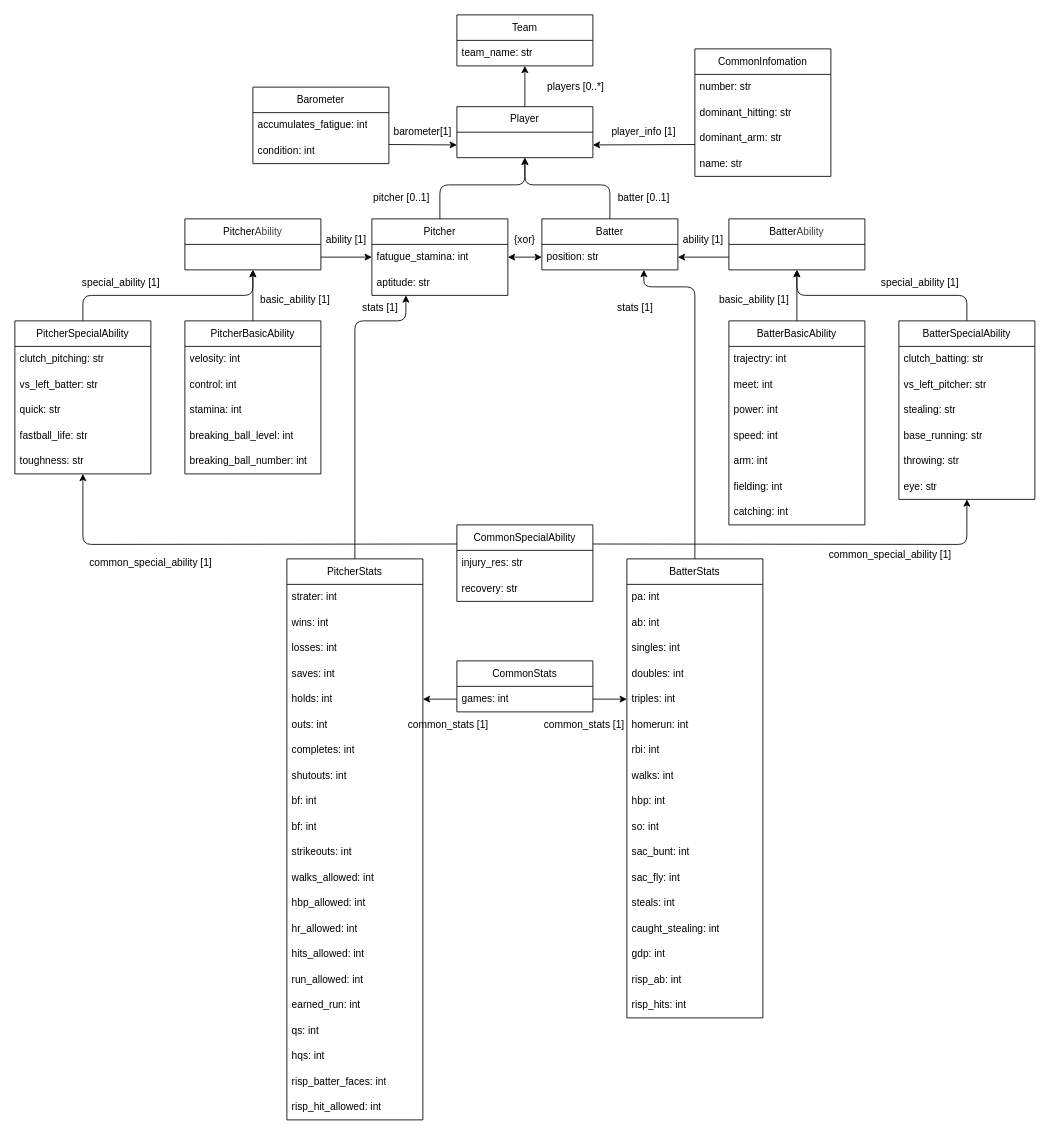
Earlier version of the draw.io diagram docs/data_model.drawio (kuwamin/baseball-simulator). Source tidied: cells renumbered, new cells numbered last; positions are measured from the earlier drawing's top-left corner, leaving out a move shared by most shapes. Both pictures are drawn from the tidied source at 85%, with x=0, y=0 at pixel (14, 14).
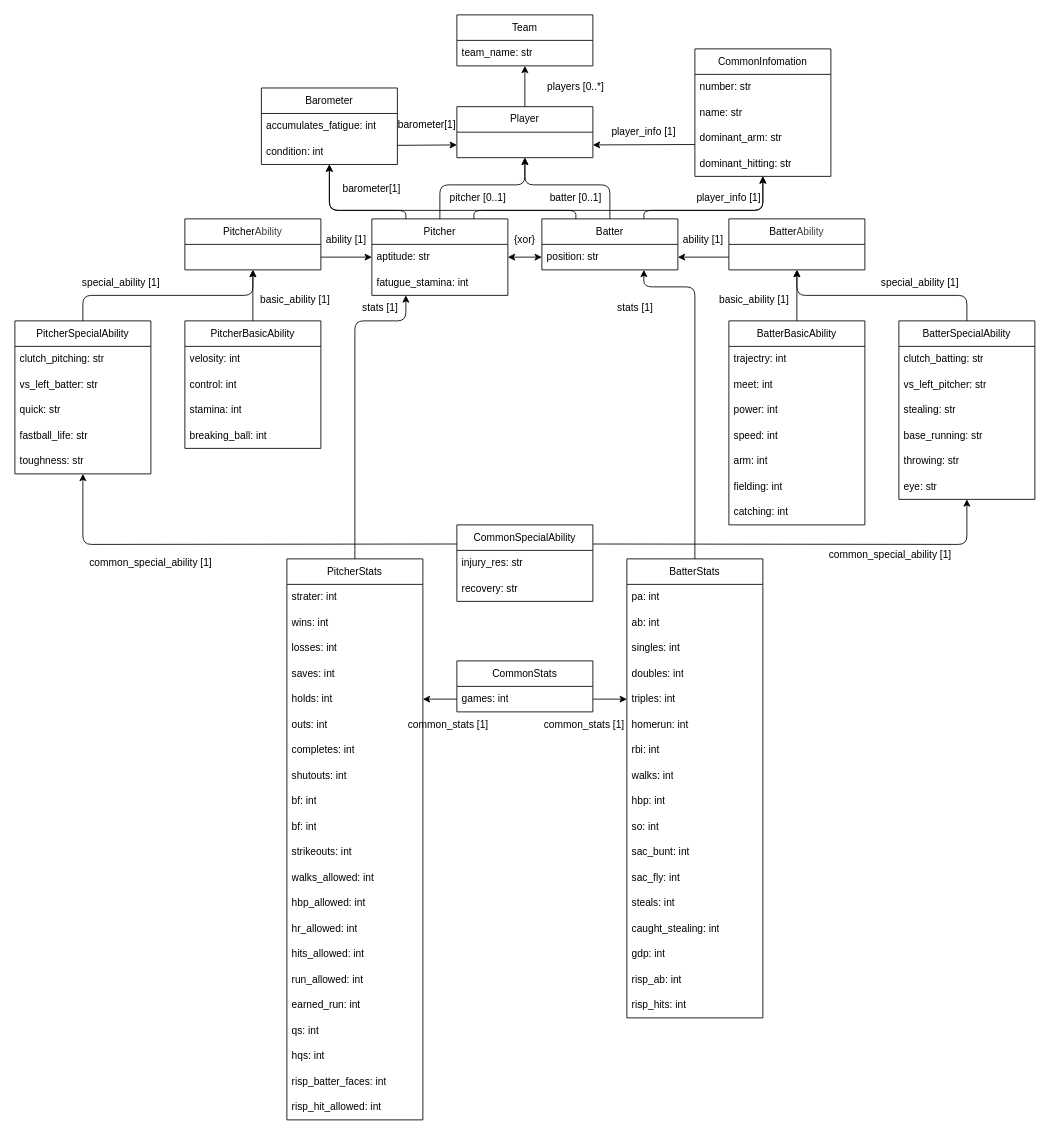
After the change.

The change refers to these unchanged cells:
```xml
<mxCell id="33" value="CommonInfomation" style="swimlane;fontStyle=0;horizontal=1;startSize=30;whiteSpace=wrap;html=1;" parent="1" vertex="1">
  <mxGeometry x="800" y="40" width="160" height="150" as="geometry" />
</mxCell>
<mxCell id="38" value="Pitcher" style="swimlane;fontStyle=0;horizontal=1;startSize=30;whiteSpace=wrap;html=1;" parent="1" vertex="1">
  <mxGeometry x="420" y="240" width="160" height="90" as="geometry" />
</mxCell>
<mxCell id="41" value="Batter" style="swimlane;fontStyle=0;horizontal=1;startSize=30;whiteSpace=wrap;html=1;" parent="1" vertex="1">
  <mxGeometry x="620" y="240" width="160" height="60" as="geometry" />
</mxCell>
```

The edit, as a diff of the source:
```diff
@@
     <mxCell id="11" value="PitcherBasicAbility" style="swimlane;fontStyle=0;horizontal=1;startSize=30;whiteSpace=wrap;html=1;" parent="1" vertex="1">
-      <mxGeometry x="200" y="360" width="160" height="180" as="geometry" />
+      <mxGeometry x="200" y="360" width="160" height="150" as="geometry" />
     </mxCell>
@@
-    <mxCell id="15" value="breaking_ball_level: int" style="text;strokeColor=none;fillColor=none;align=left;verticalAlign=middle;spacingLeft=4;spacingRight=4;overflow=hidden;whiteSpace=wrap;html=1;" parent="11" vertex="1">
-      <mxGeometry y="120" width="160" height="30" as="geometry" />
-    </mxCell>
-    <mxCell id="16" value="breaking_ball_number: int" style="text;strokeColor=none;fillColor=none;align=left;verticalAlign=middle;spacingLeft=4;spacingRight=4;overflow=hidden;whiteSpace=wrap;html=1;" parent="11" vertex="1">
-      <mxGeometry y="150" width="160" height="30" as="geometry" />
-    </mxCell>
+    <mxCell id="128" value="breaking_ball: int" style="text;strokeColor=none;fillColor=none;align=left;verticalAlign=middle;spacingLeft=4;spacingRight=4;overflow=hidden;whiteSpace=wrap;html=1;" parent="11" vertex="1">
+      <mxGeometry y="120" width="160" height="30" as="geometry" />
+    </mxCell>
@@
+    <mxCell id="37" value="name: str" style="text;strokeColor=none;fillColor=none;align=left;verticalAlign=middle;spacingLeft=4;spacingRight=4;overflow=hidden;whiteSpace=wrap;html=1;" parent="33" vertex="1">
+      <mxGeometry y="60" width="160" height="30" as="geometry" />
+    </mxCell>
+    <mxCell id="36" value="dominant_arm: str" style="text;strokeColor=none;fillColor=none;align=left;verticalAlign=middle;spacingLeft=4;spacingRight=4;overflow=hidden;whiteSpace=wrap;html=1;" parent="33" vertex="1">
+      <mxGeometry y="90" width="160" height="30" as="geometry" />
+    </mxCell>
     <mxCell id="35" value="dominant_hitting: str" style="text;strokeColor=none;fillColor=none;align=left;verticalAlign=middle;spacingLeft=4;spacingRight=4;overflow=hidden;whiteSpace=wrap;html=1;" parent="33" vertex="1">
-      <mxGeometry y="60" width="160" height="30" as="geometry" />
+      <mxGeometry y="120" width="160" height="30" as="geometry" />
     </mxCell>
-    <mxCell id="36" value="dominant_arm: str" style="text;strokeColor=none;fillColor=none;align=left;verticalAlign=middle;spacingLeft=4;spacingRight=4;overflow=hidden;whiteSpace=wrap;html=1;" parent="33" vertex="1">
-      <mxGeometry y="90" width="160" height="30" as="geometry" />
-    </mxCell>
-    <mxCell id="37" value="name: str" style="text;strokeColor=none;fillColor=none;align=left;verticalAlign=middle;spacingLeft=4;spacingRight=4;overflow=hidden;whiteSpace=wrap;html=1;" parent="33" vertex="1">
-      <mxGeometry y="120" width="160" height="30" as="geometry" />
-    </mxCell>
@@
+    <mxCell id="40" value="aptitude: str" style="text;strokeColor=none;fillColor=none;align=left;verticalAlign=middle;spacingLeft=4;spacingRight=4;overflow=hidden;whiteSpace=wrap;html=1;" parent="38" vertex="1">
+      <mxGeometry y="30" width="160" height="30" as="geometry" />
+    </mxCell>
     <mxCell id="39" value="fatugue_stamina: int" style="text;strokeColor=none;fillColor=none;align=left;verticalAlign=middle;spacingLeft=4;spacingRight=4;overflow=hidden;whiteSpace=wrap;html=1;" parent="38" vertex="1">
-      <mxGeometry y="30" width="160" height="30" as="geometry" />
+      <mxGeometry y="60" width="160" height="30" as="geometry" />
     </mxCell>
-    <mxCell id="40" value="aptitude: str" style="text;strokeColor=none;fillColor=none;align=left;verticalAlign=middle;spacingLeft=4;spacingRight=4;overflow=hidden;whiteSpace=wrap;html=1;" parent="38" vertex="1">
-      <mxGeometry y="60" width="160" height="30" as="geometry" />
-    </mxCell>
@@
     <mxCell id="65" value="Barometer" style="swimlane;fontStyle=0;horizontal=1;startSize=30;whiteSpace=wrap;html=1;" parent="1" vertex="1">
-      <mxGeometry x="280" y="85" width="160" height="90" as="geometry" />
+      <mxGeometry x="290" y="86" width="160" height="90" as="geometry" />
     </mxCell>
@@
-    <mxCell id="108" value="barometer[1]" style="text;html=1;align=center;verticalAlign=middle;whiteSpace=wrap;rounded=0;" parent="1" vertex="1">
-      <mxGeometry x="430" y="123" width="100" height="30" as="geometry" />
-    </mxCell>
@@
     <mxCell id="123" value="pitcher [0..1]" style="text;html=1;align=center;verticalAlign=middle;whiteSpace=wrap;rounded=0;" parent="1" vertex="1">
-      <mxGeometry x="400" y="200" width="110" height="30" as="geometry" />
+      <mxGeometry x="490" y="200" width="110" height="30" as="geometry" />
     </mxCell>
     <mxCell id="124" value="batter [0..1]" style="text;html=1;align=center;verticalAlign=middle;whiteSpace=wrap;rounded=0;" parent="1" vertex="1">
-      <mxGeometry x="700" y="200" width="80" height="30" as="geometry" />
+      <mxGeometry x="620" y="200" width="80" height="30" as="geometry" />
     </mxCell>
@@
+    <mxCell id="129" value="barometer[1]" style="text;html=1;align=center;verticalAlign=middle;whiteSpace=wrap;rounded=0;" parent="1" vertex="1">
+      <mxGeometry x="435" y="115" width="100" height="30" as="geometry" />
+    </mxCell>
@@
+    <mxCell id="130" style="edgeStyle=none;html=1;exitX=0.25;exitY=0;exitDx=0;exitDy=0;entryX=0.5;entryY=1;entryDx=0;entryDy=0;" parent="1" edge="1" source="38" target="65">
+      <mxGeometry relative="1" as="geometry">
+        <Array as="points">
+          <mxPoint x="460" y="230" />
+          <mxPoint x="370" y="230" />
+        </Array>
+      </mxGeometry>
+    </mxCell>
+    <mxCell id="131" style="edgeStyle=none;html=1;entryX=0.5;entryY=1;entryDx=0;entryDy=0;exitX=0.25;exitY=0;exitDx=0;exitDy=0;" parent="1" edge="1" source="41" target="65">
+      <mxGeometry relative="1" as="geometry">
+        <Array as="points">
+          <mxPoint x="660" y="230" />
+          <mxPoint x="370" y="230" />
+        </Array>
+      </mxGeometry>
+    </mxCell>
+    <mxCell id="132" value="barometer[1]" style="text;html=1;align=center;verticalAlign=middle;whiteSpace=wrap;rounded=0;" parent="1" vertex="1">
+      <mxGeometry x="370" y="190" width="100" height="30" as="geometry" />
+    </mxCell>
+    <mxCell id="133" style="edgeStyle=none;html=1;exitX=0.75;exitY=0;exitDx=0;exitDy=0;entryX=0.5;entryY=1;entryDx=0;entryDy=0;" parent="1" edge="1" source="41" target="33">
+      <mxGeometry relative="1" as="geometry">
+        <Array as="points">
+          <mxPoint x="740" y="230" />
+          <mxPoint x="880" y="230" />
+        </Array>
+      </mxGeometry>
+    </mxCell>
+    <mxCell id="134" style="edgeStyle=none;html=1;exitX=0.75;exitY=0;exitDx=0;exitDy=0;entryX=0.5;entryY=1;entryDx=0;entryDy=0;" parent="1" edge="1" source="38" target="33">
+      <mxGeometry relative="1" as="geometry">
+        <Array as="points">
+          <mxPoint x="540" y="230" />
+          <mxPoint x="880" y="230" />
+        </Array>
+      </mxGeometry>
+    </mxCell>
+    <mxCell id="135" value="player_info [1]" style="text;html=1;align=center;verticalAlign=middle;whiteSpace=wrap;rounded=0;" parent="1" vertex="1">
+      <mxGeometry x="790" y="200" width="100" height="30" as="geometry" />
+    </mxCell>
```
